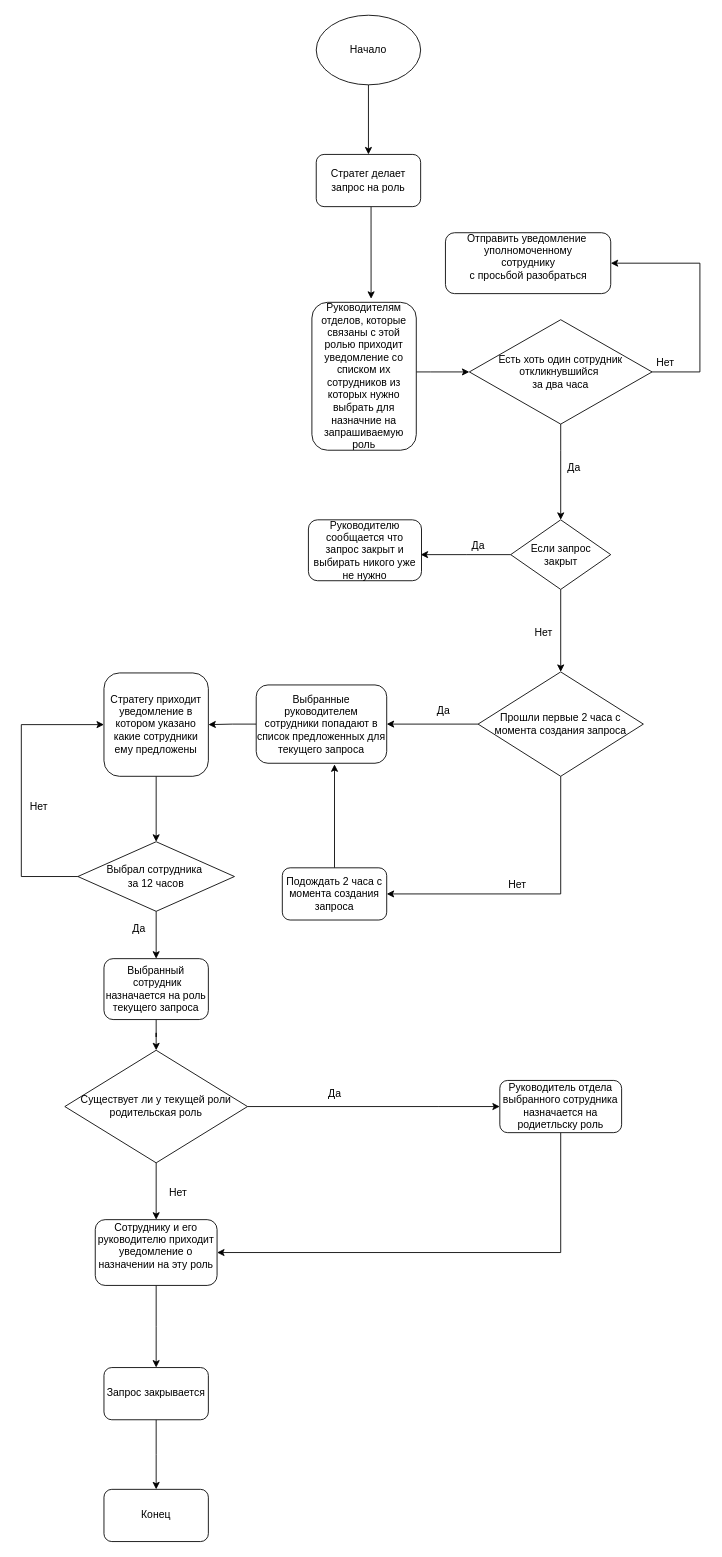
The draw.io diagram Role_requests.drawio in IvanSlyadnev/chat, before the edit. Source tidied: cells renumbered, new cells numbered last; positions are measured from the earlier drawing's top-left corner, leaving out a move shared by most shapes. Both pictures are drawn from the tidied source at 87%, with x=0, y=0 at pixel (21, 15).
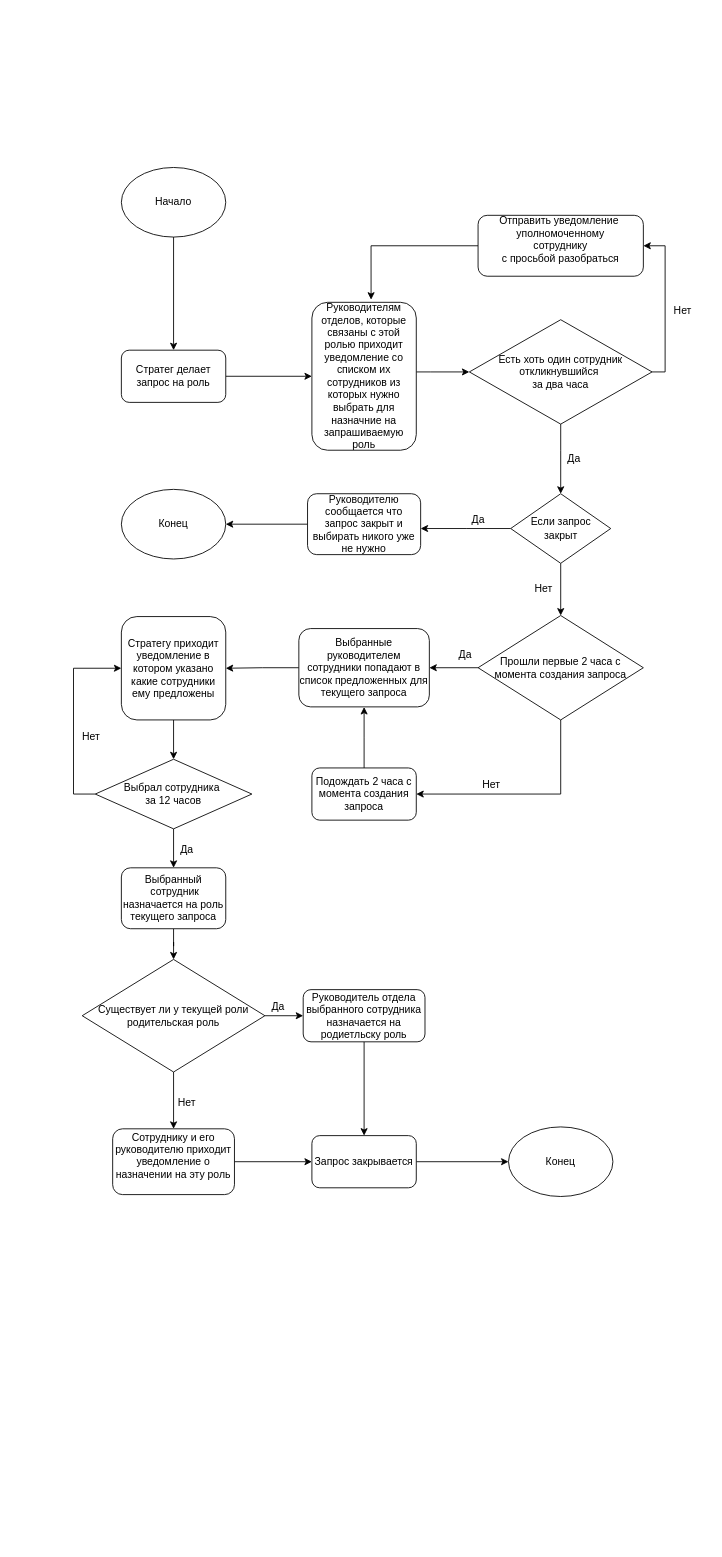
After the change.

The change refers to these unchanged cells:
```xml
<mxCell id="5" value="Руководителям отделов, которые связаны с этой ролью приходит уведомление со списком их сотрудников из которых нужно выбрать для назначние на запрашиваемую роль" style="rounded=1;whiteSpace=wrap;html=1;" parent="1" vertex="1">
  <mxGeometry x="334" y="330" width="120" height="170" as="geometry" />
</mxCell>
<mxCell id="45" value="Есть хоть один сотрудник&lt;br&gt;откликнувшийся&amp;nbsp;&lt;br&gt;за два часа" style="rhombus;whiteSpace=wrap;html=1;" parent="1" vertex="1">
  <mxGeometry x="515" y="350" width="210" height="120" as="geometry" />
</mxCell>
```

What changed in the source:
```diff
@@
-    <mxCell id="2" style="edgeStyle=orthogonalEdgeStyle;rounded=0;jettySize=auto;html=1;entryX=0.567;entryY=-0.024;entryDx=0;entryDy=0;entryPerimeter=0;" parent="1" edge="1" source="3" target="5">
-      <mxGeometry relative="1" as="geometry">
-        <Array as="points">
-          <mxPoint x="402" y="240" />
-          <mxPoint x="402" y="240" />
-        </Array>
-      </mxGeometry>
+    <mxCell id="2" style="edgeStyle=orthogonalEdgeStyle;rounded=0;jettySize=auto;html=1;exitX=1;exitY=0.5;exitDx=0;exitDy=0;entryX=0;entryY=0.5;entryDx=0;entryDy=0;" parent="1" edge="1" source="3" target="5">
+      <mxGeometry relative="1" as="geometry" />
     </mxCell>
     <mxCell id="3" value="Стратег делает запрос на роль" style="rounded=1;whiteSpace=wrap;html=1;" parent="1" vertex="1">
-      <mxGeometry x="339" y="160" width="120" height="60" as="geometry" />
+      <mxGeometry x="115" y="385" width="120" height="60" as="geometry" />
     </mxCell>
@@
     <mxCell id="7" value="Стратегу приходит уведомление в котором указано какие сотрудники ему предложены" style="rounded=1;whiteSpace=wrap;html=1;" parent="1" vertex="1">
-      <mxGeometry x="95" y="756" width="120" height="118.8" as="geometry" />
+      <mxGeometry x="115" y="691.2" width="120" height="118.8" as="geometry" />
     </mxCell>
@@
     <mxCell id="9" value="Выбранный&lt;br&gt;&amp;nbsp;сотрудник назначается на роль текущего запроса" style="rounded=1;whiteSpace=wrap;html=1;" parent="1" vertex="1">
-      <mxGeometry x="95" y="1084.4" width="120" height="70" as="geometry" />
+      <mxGeometry x="115" y="980" width="120" height="70" as="geometry" />
     </mxCell>
-    <mxCell id="10" style="edgeStyle=orthogonalEdgeStyle;rounded=0;jettySize=auto;html=1;" parent="1" edge="1" source="11">
-      <mxGeometry relative="1" as="geometry">
-        <mxPoint x="155" y="1554.4" as="targetPoint" />
-      </mxGeometry>
-    </mxCell>
-    <mxCell id="11" value="Сотруднику и его руководителю приходит уведомление о назначении на эту роль&lt;br&gt;&amp;nbsp;" style="rounded=1;whiteSpace=wrap;html=1;" parent="1" vertex="1">
-      <mxGeometry x="85" y="1384.4" width="140" height="75.6" as="geometry" />
-    </mxCell>
-    <mxCell id="12" style="edgeStyle=orthogonalEdgeStyle;rounded=0;jettySize=auto;html=1;entryX=1;entryY=0.5;entryDx=0;entryDy=0;" parent="1" edge="1" source="13" target="11">
-      <mxGeometry relative="1" as="geometry">
-        <Array as="points">
-          <mxPoint x="620" y="1422" />
-        </Array>
-      </mxGeometry>
-    </mxCell>
+    <mxCell id="50" style="edgeStyle=orthogonalEdgeStyle;rounded=0;jettySize=auto;html=1;exitX=0.5;exitY=1;exitDx=0;exitDy=0;entryX=0.5;entryY=0;entryDx=0;entryDy=0;" parent="1" edge="1" source="13" target="20">
+      <mxGeometry relative="1" as="geometry" />
+    </mxCell>
     <mxCell id="13" value="Руководитель отдела выбранного сотрудника назначается на родиетльску роль" style="rounded=1;whiteSpace=wrap;html=1;" parent="1" vertex="1">
-      <mxGeometry x="550" y="1224.4" width="140" height="60" as="geometry" />
+      <mxGeometry x="324" y="1120" width="140" height="60" as="geometry" />
     </mxCell>
-    <mxCell id="14" style="edgeStyle=orthogonalEdgeStyle;rounded=0;jettySize=auto;html=1;entryX=0;entryY=0.5;entryDx=0;entryDy=0;" parent="1" edge="1" source="16" target="13">
-      <mxGeometry relative="1" as="geometry">
-        <Array as="points">
-          <mxPoint x="480" y="1254" />
-          <mxPoint x="480" y="1254" />
-        </Array>
-      </mxGeometry>
-    </mxCell>
-    <mxCell id="15" style="edgeStyle=orthogonalEdgeStyle;rounded=0;jettySize=auto;html=1;entryX=0.5;entryY=0;entryDx=0;entryDy=0;" parent="1" edge="1" source="16" target="11">
+    <mxCell id="15" style="edgeStyle=orthogonalEdgeStyle;rounded=0;jettySize=auto;html=1;entryX=0;entryY=0.5;entryDx=0;entryDy=0;" parent="1" edge="1" source="16" target="13">
       <mxGeometry relative="1" as="geometry" />
     </mxCell>
+    <mxCell id="51" style="edgeStyle=orthogonalEdgeStyle;rounded=0;jettySize=auto;html=1;entryX=0.5;entryY=0;entryDx=0;entryDy=0;" parent="1" edge="1" source="16" target="11">
+      <mxGeometry relative="1" as="geometry" />
+    </mxCell>
     <mxCell id="16" value="Существует ли у текущей роли родительская роль" style="rhombus;whiteSpace=wrap;html=1;" parent="1" vertex="1">
-      <mxGeometry x="50" y="1189.7" width="210" height="129.4" as="geometry" />
+      <mxGeometry x="70" y="1085.3" width="210" height="129.4" as="geometry" />
     </mxCell>
@@
     <mxCell id="18" value="Выбранные руководителем сотрудники попадают в список предложенных для текущего запроса" style="rounded=1;whiteSpace=wrap;html=1;" parent="1" vertex="1">
-      <mxGeometry x="270" y="769.8" width="150" height="90" as="geometry" />
+      <mxGeometry x="319" y="705" width="150" height="90" as="geometry" />
     </mxCell>
-    <mxCell id="19" style="edgeStyle=orthogonalEdgeStyle;rounded=0;jettySize=auto;html=1;" parent="1" edge="1" source="20">
-      <mxGeometry relative="1" as="geometry">
-        <mxPoint x="155" y="1694.4" as="targetPoint" />
-      </mxGeometry>
-    </mxCell>
+    <mxCell id="52" style="edgeStyle=orthogonalEdgeStyle;rounded=0;jettySize=auto;html=1;exitX=1;exitY=0.5;exitDx=0;exitDy=0;entryX=0;entryY=0.5;entryDx=0;entryDy=0;" parent="1" edge="1" source="20" target="56">
+      <mxGeometry relative="1" as="geometry" />
+    </mxCell>
     <mxCell id="20" value="Запрос закрывается" style="rounded=1;whiteSpace=wrap;html=1;" parent="1" vertex="1">
-      <mxGeometry x="95" y="1554.4" width="120" height="60" as="geometry" />
+      <mxGeometry x="334" y="1287.8" width="120" height="60" as="geometry" />
     </mxCell>
     <mxCell id="21" style="edgeStyle=orthogonalEdgeStyle;rounded=0;jettySize=auto;html=1;entryX=1;entryY=0.5;entryDx=0;entryDy=0;" parent="1" edge="1" source="23">
       <mxGeometry relative="1" as="geometry">
-        <mxPoint x="459" y="620" as="targetPoint" />
+        <mxPoint x="459" y="590" as="targetPoint" />
       </mxGeometry>
     </mxCell>
     <mxCell id="22" style="edgeStyle=orthogonalEdgeStyle;rounded=0;jettySize=auto;html=1;exitX=0.5;exitY=1;exitDx=0;exitDy=0;entryX=0.5;entryY=0;entryDx=0;entryDy=0;" parent="1" edge="1" source="23" target="32">
       <mxGeometry relative="1" as="geometry">
         <Array as="points">
-          <mxPoint x="620" y="660" />
+          <mxPoint x="620" y="630" />
         </Array>
       </mxGeometry>
     </mxCell>
     <mxCell id="23" value="Если запрос &lt;br&gt;закрыт" style="rhombus;whiteSpace=wrap;html=1;" parent="1" vertex="1">
-      <mxGeometry x="562.5" y="580" width="115" height="80" as="geometry" />
+      <mxGeometry x="562.5" y="550" width="115" height="80" as="geometry" />
     </mxCell>
     <mxCell id="24" value="Нет" style="text;html=1;align=center;verticalAlign=middle;strokeColor=none;fillColor=none;" parent="1" vertex="1">
-      <mxGeometry x="580" y="700" width="40" height="20" as="geometry" />
+      <mxGeometry x="580" y="650" width="40" height="20" as="geometry" />
     </mxCell>
     <mxCell id="25" value="Да" style="text;html=1;align=center;verticalAlign=middle;strokeColor=none;fillColor=none;" parent="1" vertex="1">
-      <mxGeometry x="510" y="600" width="30" height="20" as="geometry" />
+      <mxGeometry x="510" y="570" width="30" height="20" as="geometry" />
     </mxCell>
     <mxCell id="26" value="Нет" style="text;html=1;align=center;verticalAlign=middle;strokeColor=none;fillColor=none;" parent="1" vertex="1">
-      <mxGeometry x="160" y="1344.4" width="40" height="20" as="geometry" />
+      <mxGeometry x="170" y="1240" width="40" height="20" as="geometry" />
     </mxCell>
@@
     <mxCell id="28" value="Начало" style="ellipse;whiteSpace=wrap;html=1;" parent="1" vertex="1">
-      <mxGeometry x="339" width="120" height="80" as="geometry" />
+      <mxGeometry x="115" y="175" width="120" height="80" as="geometry" />
     </mxCell>
-    <mxCell id="29" value="Конец" style="rounded=1;whiteSpace=wrap;html=1;" parent="1" vertex="1">
-      <mxGeometry x="95" y="1694.4" width="120" height="60" as="geometry" />
-    </mxCell>
@@
     <mxCell id="31" style="edgeStyle=orthogonalEdgeStyle;rounded=0;jettySize=auto;html=1;entryX=1;entryY=0.5;entryDx=0;entryDy=0;" parent="1" edge="1" source="32" target="42">
       <mxGeometry relative="1" as="geometry">
         <Array as="points">
-          <mxPoint x="620" y="1010" />
+          <mxPoint x="620" y="895.2" />
         </Array>
       </mxGeometry>
     </mxCell>
     <mxCell id="32" value="Прошли первые 2 часа с момента создания запроса" style="rhombus;whiteSpace=wrap;html=1;" parent="1" vertex="1">
-      <mxGeometry x="525" y="754.8" width="190" height="120" as="geometry" />
+      <mxGeometry x="525" y="690" width="190" height="120" as="geometry" />
     </mxCell>
     <mxCell id="33" value="Да&lt;br&gt;" style="text;html=1;align=center;verticalAlign=middle;strokeColor=none;fillColor=none;" parent="1" vertex="1">
-      <mxGeometry x="470" y="790" width="30" height="20" as="geometry" />
+      <mxGeometry x="495" y="725.2" width="30" height="20" as="geometry" />
     </mxCell>
     <mxCell id="34" value="Нет" style="text;html=1;align=center;verticalAlign=middle;strokeColor=none;fillColor=none;" parent="1" vertex="1">
-      <mxGeometry x="550" y="990" width="40" height="20" as="geometry" />
+      <mxGeometry x="520" y="875.2" width="40" height="20" as="geometry" />
     </mxCell>
@@
-    <mxCell id="36" style="edgeStyle=orthogonalEdgeStyle;rounded=0;jettySize=auto;html=1;entryX=0;entryY=0.5;entryDx=0;entryDy=0;" parent="1" edge="1" source="37" target="7">
+    <mxCell id="36" style="edgeStyle=orthogonalEdgeStyle;rounded=0;jettySize=auto;html=1;entryX=0;entryY=0.5;entryDx=0;entryDy=0;exitX=0;exitY=0.5;exitDx=0;exitDy=0;" parent="1" edge="1" source="37" target="7">
       <mxGeometry relative="1" as="geometry">
         <Array as="points">
-          <mxPoint y="990" />
-          <mxPoint y="815" />
+          <mxPoint x="60" y="895" />
+          <mxPoint x="60" y="751" />
         </Array>
       </mxGeometry>
     </mxCell>
     <mxCell id="37" value="Выбрал сотрудника&amp;nbsp;&lt;br&gt;за 12 часов" style="rhombus;whiteSpace=wrap;html=1;" parent="1" vertex="1">
-      <mxGeometry x="65" y="950" width="180" height="80" as="geometry" />
+      <mxGeometry x="85" y="855.2" width="180" height="80" as="geometry" />
     </mxCell>
     <mxCell id="38" value="Да" style="text;html=1;align=center;verticalAlign=middle;strokeColor=none;fillColor=none;" parent="1" vertex="1">
-      <mxGeometry x="120" y="1040" width="30" height="20" as="geometry" />
+      <mxGeometry x="175" y="950" width="30" height="20" as="geometry" />
     </mxCell>
     <mxCell id="39" value="Нет" style="text;html=1;align=center;verticalAlign=middle;strokeColor=none;fillColor=none;" parent="1" vertex="1">
-      <mxGeometry y="900" width="40" height="20" as="geometry" />
+      <mxGeometry x="60" y="820" width="40" height="20" as="geometry" />
     </mxCell>
     <mxCell id="40" value="Да" style="text;html=1;align=center;verticalAlign=middle;strokeColor=none;fillColor=none;" parent="1" vertex="1">
-      <mxGeometry x="345" y="1230" width="30" height="20" as="geometry" />
+      <mxGeometry x="280" y="1130" width="30" height="20" as="geometry" />
     </mxCell>
-    <mxCell id="41" style="edgeStyle=orthogonalEdgeStyle;rounded=0;jettySize=auto;html=1;entryX=0.6;entryY=1.014;entryDx=0;entryDy=0;entryPerimeter=0;" parent="1" edge="1" source="42" target="18">
-      <mxGeometry relative="1" as="geometry" />
+    <mxCell id="41" style="edgeStyle=orthogonalEdgeStyle;rounded=0;jettySize=auto;html=1;" parent="1" edge="1" source="42">
+      <mxGeometry relative="1" as="geometry">
+        <mxPoint x="394" y="795.2" as="targetPoint" />
+      </mxGeometry>
     </mxCell>
     <mxCell id="42" value="Подождать 2 часа с момента создания запроса" style="rounded=1;whiteSpace=wrap;html=1;" parent="1" vertex="1">
-      <mxGeometry x="300" y="980" width="120" height="60" as="geometry" />
+      <mxGeometry x="334" y="865.2" width="120" height="60" as="geometry" />
     </mxCell>
     <mxCell id="43" style="edgeStyle=orthogonalEdgeStyle;rounded=0;jettySize=auto;html=1;entryX=1;entryY=0.5;entryDx=0;entryDy=0;" parent="1" edge="1" source="45" target="48">
       <mxGeometry relative="1" as="geometry">
         <Array as="points">
-          <mxPoint x="780" y="410" />
-          <mxPoint x="780" y="285" />
+          <mxPoint x="740" y="410" />
+          <mxPoint x="740" y="265" />
         </Array>
       </mxGeometry>
     </mxCell>
@@
     <mxCell id="46" value="Да" style="text;html=1;align=center;verticalAlign=middle;strokeColor=none;fillColor=none;" parent="1" vertex="1">
-      <mxGeometry x="620" y="510" width="30" height="20" as="geometry" />
+      <mxGeometry x="620" y="500" width="30" height="20" as="geometry" />
     </mxCell>
     <mxCell id="47" value="Нет" style="text;html=1;align=center;verticalAlign=middle;strokeColor=none;fillColor=none;" parent="1" vertex="1">
-      <mxGeometry x="720" y="390" width="40" height="20" as="geometry" />
+      <mxGeometry x="740" y="330" width="40" height="20" as="geometry" />
     </mxCell>
+    <mxCell id="53" style="edgeStyle=orthogonalEdgeStyle;rounded=0;jettySize=auto;html=1;entryX=0.567;entryY=-0.018;entryDx=0;entryDy=0;entryPerimeter=0;exitX=0;exitY=0.5;exitDx=0;exitDy=0;" parent="1" edge="1" source="48" target="5">
+      <mxGeometry relative="1" as="geometry">
+        <Array as="points">
+          <mxPoint x="402" y="265" />
+        </Array>
+      </mxGeometry>
+    </mxCell>
     <mxCell id="48" value="Отправить уведомление&amp;nbsp;&lt;br&gt;уполномоченному&lt;br&gt;сотруднику &lt;br&gt;с просьбой разобраться&lt;br&gt;&amp;nbsp;" style="rounded=1;whiteSpace=wrap;html=1;" parent="1" vertex="1">
-      <mxGeometry x="487.5" y="250" width="190" height="70" as="geometry" />
+      <mxGeometry x="525" y="230" width="190" height="70" as="geometry" />
     </mxCell>
+    <mxCell id="54" style="edgeStyle=orthogonalEdgeStyle;rounded=0;jettySize=auto;html=1;exitX=0;exitY=0.5;exitDx=0;exitDy=0;entryX=1;entryY=0.5;entryDx=0;entryDy=0;" parent="1" edge="1" source="49" target="57">
+      <mxGeometry relative="1" as="geometry" />
+    </mxCell>
     <mxCell id="49" value="&lt;span&gt;Руководителю сообщается что запрос закрыт и выбирать никого уже не нужно&lt;/span&gt;" style="rounded=1;whiteSpace=wrap;html=1;" parent="1" vertex="1">
-      <mxGeometry x="330" y="580" width="130" height="70" as="geometry" />
+      <mxGeometry x="329" y="550" width="130" height="70" as="geometry" />
     </mxCell>
+    <mxCell id="55" style="edgeStyle=orthogonalEdgeStyle;rounded=0;jettySize=auto;html=1;exitX=1;exitY=0.5;exitDx=0;exitDy=0;entryX=0;entryY=0.5;entryDx=0;entryDy=0;" parent="1" edge="1" source="11" target="20">
+      <mxGeometry relative="1" as="geometry" />
+    </mxCell>
+    <mxCell id="11" value="Сотруднику и его руководителю приходит уведомление о назначении на эту роль&lt;br&gt;&amp;nbsp;" style="rounded=1;whiteSpace=wrap;html=1;" parent="1" vertex="1">
+      <mxGeometry x="105" y="1280" width="140" height="75.6" as="geometry" />
+    </mxCell>
+    <mxCell id="56" value="Конец" style="ellipse;whiteSpace=wrap;html=1;" parent="1" vertex="1">
+      <mxGeometry x="560" y="1277.8" width="120" height="80" as="geometry" />
+    </mxCell>
+    <mxCell id="57" value="Конец" style="ellipse;whiteSpace=wrap;html=1;" parent="1" vertex="1">
+      <mxGeometry x="115" y="545" width="120" height="80" as="geometry" />
+    </mxCell>
```
